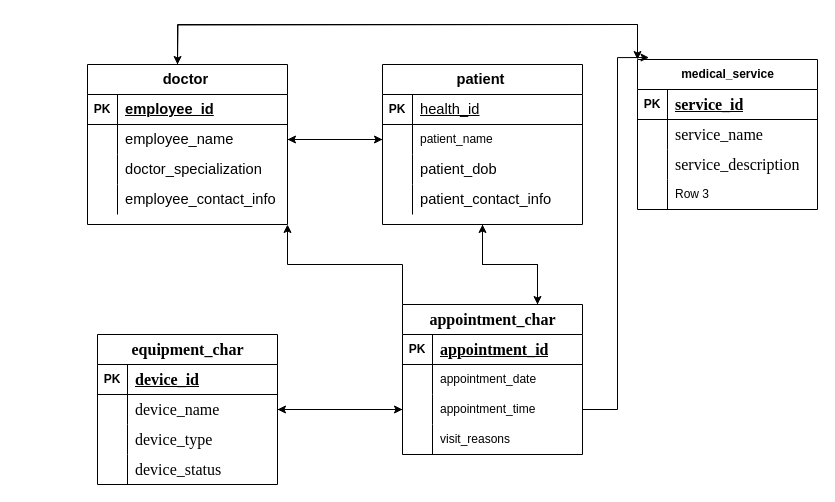
This is SQL_Databases_Assignment_1.drawio from Adwrells/mysqler, a draw.io file, before an edit. Source tidied: cells renumbered, new cells numbered last; positions are measured from the earlier drawing's top-left corner, leaving out a move shared by most shapes. Both pictures are drawn from the tidied source at 100%, with x=0, y=0 at pixel (87, 24).
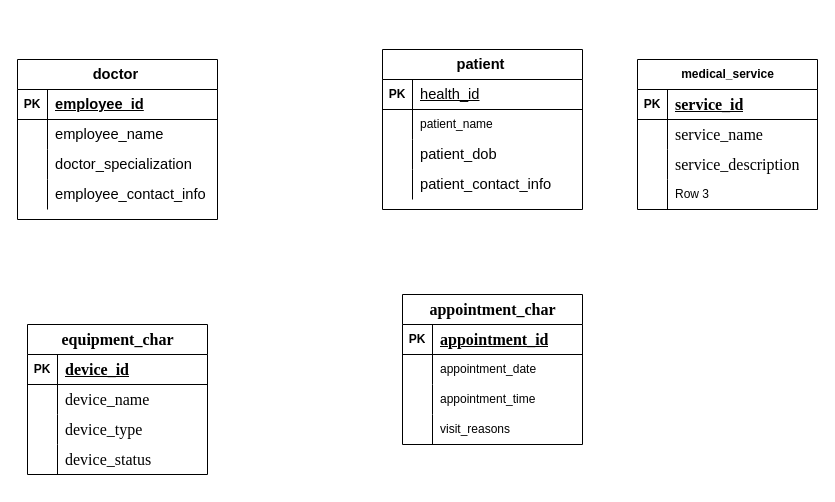
The same diagram, later.

The change refers to these unchanged cells:
```xml
<mxCell id="7" style="shape=tableRow;horizontal=0;startSize=0;swimlaneHead=0;swimlaneBody=0;fillColor=none;points=[[0,0.5],[1,0.5]];portConstraint=eastwest;top=0;left=0;right=0;bottom=0;" parent="3" vertex="1">
  <mxGeometry y="60" width="200" height="30" as="geometry" />
</mxCell>
<mxCell id="21" style="shape=tableRow;horizontal=0;startSize=0;swimlaneHead=0;swimlaneBody=0;fillColor=none;points=[[0,0.5],[1,0.5]];portConstraint=eastwest;top=0;left=0;right=0;bottom=0;" parent="17" vertex="1">
  <mxGeometry y="60" width="200" height="30" as="geometry" />
</mxCell>
<mxCell id="31" value="medical_s&lt;span style=&quot;background-color: transparent; color: light-dark(rgb(0, 0, 0), rgb(255, 255, 255));&quot;&gt;ervice&lt;/span&gt;" style="shape=table;startSize=30;childLayout=tableLayout;rowLines=0;fontStyle=1;align=center;html=1;" parent="1" vertex="1">
  <mxGeometry x="550" y="35" width="180" height="150" as="geometry" />
</mxCell>
<mxCell id="48" style="shape=tableRow;horizontal=0;startSize=0;swimlaneHead=0;swimlaneBody=0;fillColor=none;points=[[0,0.5],[1,0.5]];portConstraint=eastwest;top=0;left=0;right=0;bottom=0;" parent="44" vertex="1">
  <mxGeometry y="60" width="180" height="30" as="geometry" />
</mxCell>
<mxCell id="66" style="shape=tableRow;horizontal=0;startSize=0;swimlaneHead=0;swimlaneBody=0;fillColor=none;points=[[0,0.5],[1,0.5]];portConstraint=eastwest;top=0;left=0;right=0;bottom=0;" parent="59" vertex="1">
  <mxGeometry y="90" width="180" height="30" as="geometry" />
</mxCell>
```

The edit, as a diff of the source:
```diff
@@
-    <mxCell id="2" style="edgeStyle=orthogonalEdgeStyle;rounded=0;jettySize=auto;html=1;entryX=0;entryY=0;entryDx=0;entryDy=0;exitX=0.46;exitY=0.016;exitDx=0;exitDy=0;exitPerimeter=0;" parent="1" edge="1" source="3" target="31">
-      <mxGeometry relative="1" as="geometry">
-        <Array as="points">
-          <mxPoint x="90" y="43" />
-          <mxPoint x="90" />
-          <mxPoint x="550" />
-        </Array>
-      </mxGeometry>
-    </mxCell>
     <mxCell id="3" value="&lt;span style=&quot;font-size:11.0pt;line-height:115%;&lt;br/&gt;font-family:&amp;quot;Aptos&amp;quot;,sans-serif;mso-ascii-theme-font:minor-latin;mso-fareast-font-family:&lt;br/&gt;Aptos;mso-fareast-theme-font:minor-latin;mso-hansi-theme-font:minor-latin;&lt;br/&gt;mso-bidi-font-family:Mangal;mso-bidi-theme-font:minor-bidi;mso-ansi-language:&lt;br/&gt;EN-US;mso-fareast-language:EN-US;mso-bidi-language:NE&quot;&gt;doctor&amp;nbsp;&lt;/span&gt;" style="shape=table;startSize=30;childLayout=tableLayout;rowLines=0;fontStyle=1;align=center;html=1;" parent="1" vertex="1">
-      <mxGeometry y="40" width="200" height="160" as="geometry" />
+      <mxGeometry x="-70" y="35" width="200" height="160" as="geometry" />
     </mxCell>
@@
-    <mxCell id="16" style="edgeStyle=orthogonalEdgeStyle;rounded=0;jettySize=auto;html=1;entryX=0.75;entryY=0;entryDx=0;entryDy=0;" parent="1" edge="1" source="17" target="59">
-      <mxGeometry relative="1" as="geometry" />
-    </mxCell>
     <mxCell id="17" value="&lt;span style=&quot;font-size:11.0pt;line-height:115%;&lt;br/&gt;font-family:&amp;quot;Aptos&amp;quot;,sans-serif;mso-ascii-theme-font:minor-latin;mso-fareast-font-family:&lt;br/&gt;Aptos;mso-fareast-theme-font:minor-latin;mso-hansi-theme-font:minor-latin;&lt;br/&gt;mso-bidi-font-family:Mangal;mso-bidi-theme-font:minor-bidi;mso-ansi-language:&lt;br/&gt;EN-US;mso-fareast-language:EN-US;mso-bidi-language:NE&quot;&gt;patient&amp;nbsp;&lt;/span&gt;" style="shape=table;startSize=30;childLayout=tableLayout;rowLines=0;fontStyle=1;align=center;html=1;" parent="1" vertex="1">
-      <mxGeometry x="295" y="40" width="200" height="160" as="geometry" />
+      <mxGeometry x="295" y="25" width="200" height="160" as="geometry" />
     </mxCell>
@@
-    <mxCell id="30" style="edgeStyle=orthogonalEdgeStyle;rounded=0;orthogonalLoop=1;jettySize=auto;html=1;exitX=0;exitY=0;exitDx=0;exitDy=0;" parent="1" edge="1">
-      <mxGeometry relative="1" as="geometry">
-        <mxPoint x="550" as="sourcePoint" />
-        <mxPoint x="90" y="40" as="targetPoint" />
-      </mxGeometry>
-    </mxCell>
@@
     <mxCell id="44" value="&lt;span style=&quot;font-size:12.0pt;mso-bidi-font-size:10.5pt;&lt;br/&gt;line-height:115%;font-family:&amp;quot;Times New Roman&amp;quot;,serif;mso-fareast-font-family:&lt;br/&gt;Aptos;mso-fareast-theme-font:minor-latin;mso-ansi-language:EN-US;mso-fareast-language:&lt;br/&gt;EN-US;mso-bidi-language:NE&quot;&gt;equipment_char&lt;/span&gt;" style="shape=table;startSize=30;childLayout=tableLayout;rowLines=0;fontStyle=1;align=center;html=1;" parent="1" vertex="1">
-      <mxGeometry x="10" y="310" width="180" height="150" as="geometry" />
+      <mxGeometry x="-60" y="300" width="180" height="150" as="geometry" />
     </mxCell>
@@
-    <mxCell id="57" style="edgeStyle=orthogonalEdgeStyle;rounded=0;jettySize=auto;html=1;exitX=0;exitY=0;exitDx=0;exitDy=0;entryX=1;entryY=1;entryDx=0;entryDy=0;" parent="1" edge="1" source="59" target="3">
-      <mxGeometry relative="1" as="geometry" />
-    </mxCell>
-    <mxCell id="58" style="edgeStyle=orthogonalEdgeStyle;rounded=0;jettySize=auto;html=1;exitX=0.75;exitY=0;exitDx=0;exitDy=0;entryX=0.5;entryY=1;entryDx=0;entryDy=0;" parent="1" edge="1" source="59" target="17">
-      <mxGeometry relative="1" as="geometry" />
-    </mxCell>
     <mxCell id="59" value="&lt;span style=&quot;font-size:12.0pt;mso-bidi-font-size:10.5pt;&lt;br/&gt;line-height:115%;font-family:&amp;quot;Times New Roman&amp;quot;,serif;mso-fareast-font-family:&lt;br/&gt;Aptos;mso-fareast-theme-font:minor-latin;mso-ansi-language:EN-US;mso-fareast-language:&lt;br/&gt;EN-US;mso-bidi-language:NE&quot;&gt;appointment_char&lt;/span&gt;" style="shape=table;startSize=30;childLayout=tableLayout;rowLines=0;fontStyle=1;align=center;html=1;" parent="1" vertex="1">
-      <mxGeometry x="315" y="280" width="180" height="150" as="geometry" />
+      <mxGeometry x="315" y="270" width="180" height="150" as="geometry" />
     </mxCell>
@@
-    <mxCell id="72" style="edgeStyle=orthogonalEdgeStyle;rounded=0;jettySize=auto;html=1;entryX=0;entryY=0.5;entryDx=0;entryDy=0;" parent="1" edge="1" source="7" target="21">
-      <mxGeometry relative="1" as="geometry" />
-    </mxCell>
-    <mxCell id="73" style="edgeStyle=orthogonalEdgeStyle;rounded=0;jettySize=auto;html=1;entryX=1;entryY=0.5;entryDx=0;entryDy=0;" parent="1" edge="1" source="21" target="7">
-      <mxGeometry relative="1" as="geometry" />
-    </mxCell>
-    <mxCell id="74" style="edgeStyle=orthogonalEdgeStyle;rounded=0;jettySize=auto;html=1;entryX=0.064;entryY=-0.013;entryDx=0;entryDy=0;entryPerimeter=0;" parent="1" edge="1" source="66" target="31">
-      <mxGeometry relative="1" as="geometry">
-        <Array as="points">
-          <mxPoint x="530" y="385" />
-          <mxPoint x="530" y="33" />
-        </Array>
-      </mxGeometry>
-    </mxCell>
-    <mxCell id="75" style="edgeStyle=orthogonalEdgeStyle;rounded=0;jettySize=auto;html=1;entryX=0;entryY=0.5;entryDx=0;entryDy=0;" parent="1" edge="1" source="48" target="66">
-      <mxGeometry relative="1" as="geometry" />
-    </mxCell>
-    <mxCell id="76" style="edgeStyle=orthogonalEdgeStyle;rounded=0;jettySize=auto;html=1;entryX=1;entryY=0.5;entryDx=0;entryDy=0;" parent="1" edge="1" source="66" target="48">
-      <mxGeometry relative="1" as="geometry" />
-    </mxCell>
```
